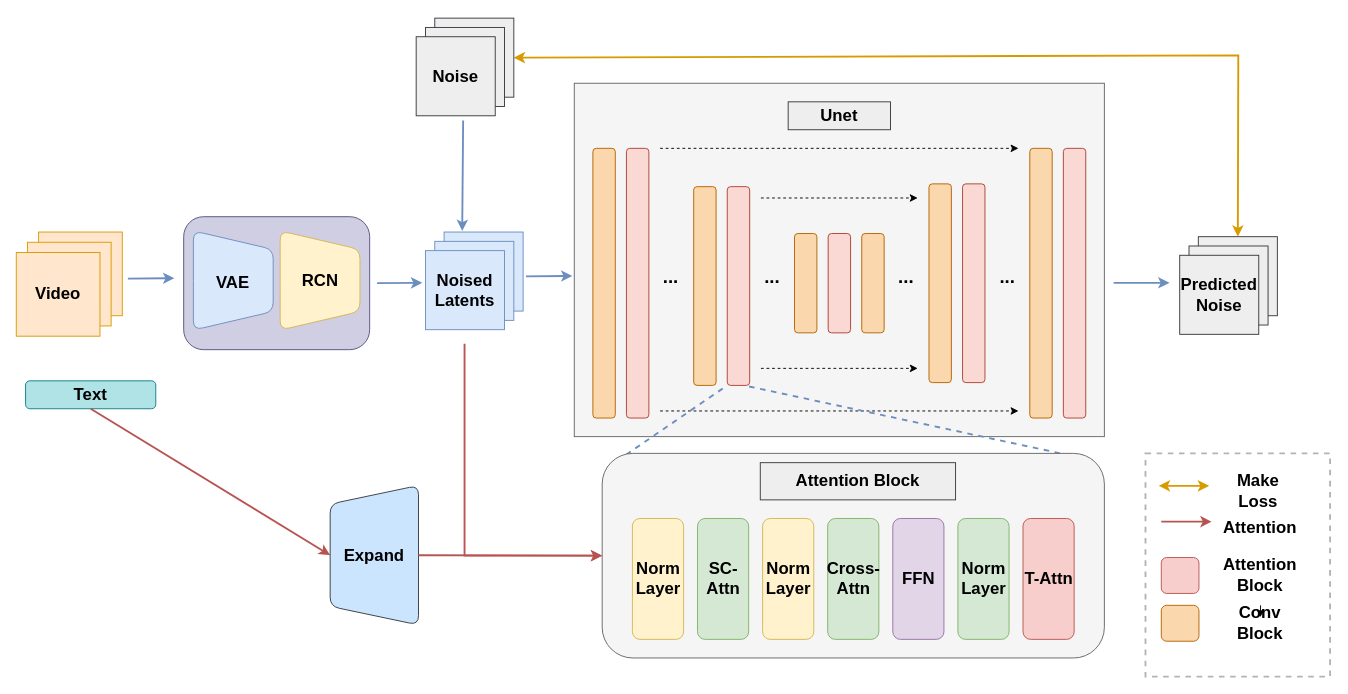
Before: VideoFromVideo.drawio in shinejjy/Flow-Chart, a draw.io diagram. Source tidied: cells renumbered, new cells numbered last; positions are measured from the earlier drawing's top-left corner, leaving out a move shared by most shapes. Both pictures are drawn from the tidied source at 93%, with x=0, y=0 at pixel (16, 18).
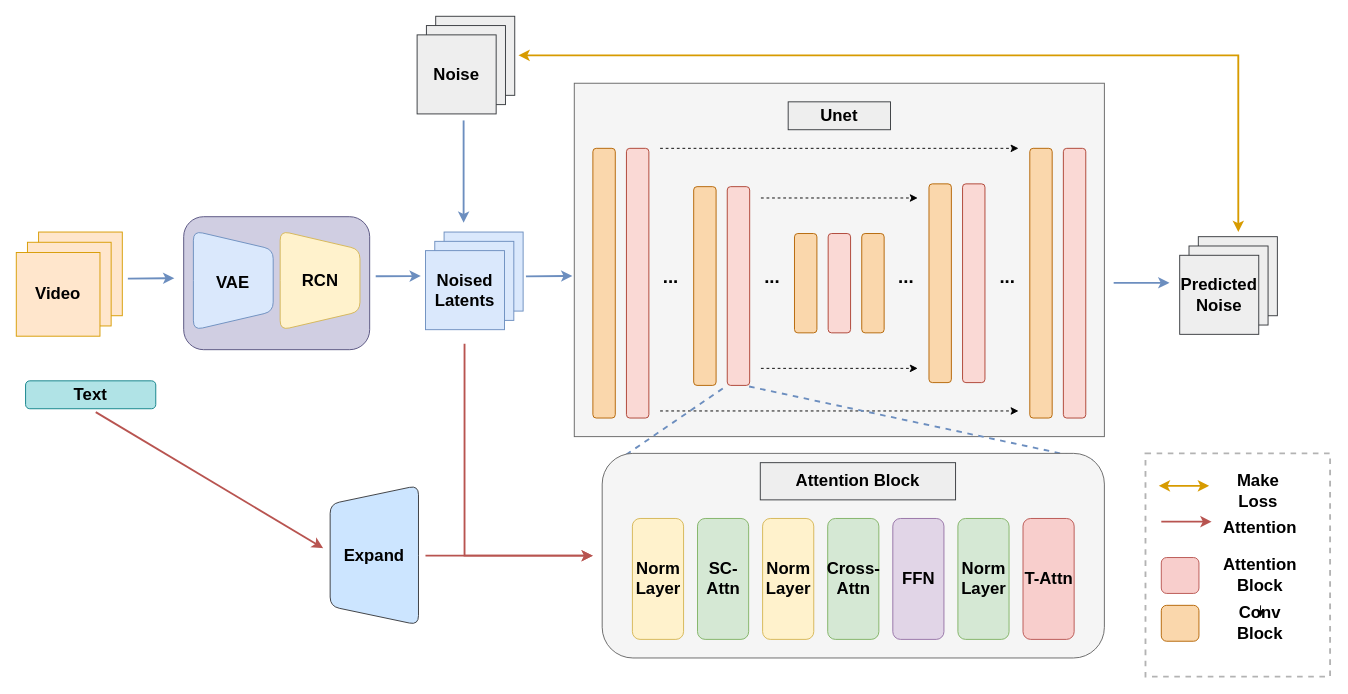
The same diagram, later.

Unchanged cells that the change refers to:
```xml
<mxCell id="4" value="&lt;span style=&quot;font-size: 18px;&quot;&gt;&lt;b&gt;Text&lt;/b&gt;&lt;/span&gt;" style="rounded=1;whiteSpace=wrap;html=1;fillColor=#b0e3e6;strokeColor=#0e8088;" parent="1" vertex="1">
  <mxGeometry x="10" y="390" width="140" height="30" as="geometry" />
</mxCell>
<mxCell id="38" style="shape=trapezoid;perimeter=trapezoidPerimeter;whiteSpace=wrap;html=1;fixedSize=1;rotation=-90;rounded=1;fillColor=#cce5ff;strokeColor=#36393d;" parent="1" vertex="1">
  <mxGeometry x="310" y="530" width="150" height="95" as="geometry" />
</mxCell>
<mxCell id="50" style="whiteSpace=wrap;html=1;fillColor=#eeeeee;strokeColor=#36393d;" parent="49" vertex="1">
  <mxGeometry x="20" width="85" height="85" as="geometry" />
</mxCell>
<mxCell id="60" style="rounded=1;whiteSpace=wrap;html=1;fillColor=#f5f5f5;fontColor=#333333;strokeColor=#666666;" parent="59" vertex="1">
  <mxGeometry width="540" height="220" as="geometry" />
</mxCell>
<mxCell id="69" style="whiteSpace=wrap;html=1;fillColor=#eeeeee;strokeColor=#36393d;" parent="1" vertex="1">
  <mxGeometry x="1271" y="235" width="85" height="85" as="geometry" />
</mxCell>
```

Change to the diagram source:
```diff
@@
     <mxCell id="3" style="endArrow=classic;html=1;rounded=0;fillColor=#dae8fc;strokeColor=#6c8ebf;strokeWidth=2;" parent="1" edge="1">
       <mxGeometry relative="1" as="geometry">
-        <mxPoint x="388" y="284.9" as="sourcePoint" />
-        <mxPoint x="436.5" y="284.6" as="targetPoint" />
+        <mxPoint x="386.5" y="277.6" as="sourcePoint" />
+        <mxPoint x="435" y="277.3" as="targetPoint" />
       </mxGeometry>
     </mxCell>
@@
-    <mxCell id="13" style="endArrow=classic;html=1;rounded=0;fillColor=#dae8fc;strokeColor=#6c8ebf;strokeWidth=2;entryX=0.347;entryY=-0.018;entryDx=0;entryDy=0;entryPerimeter=0;" parent="1" edge="1">
+    <mxCell id="13" style="endArrow=classic;html=1;rounded=0;fillColor=#dae8fc;strokeColor=#6c8ebf;strokeWidth=2;" parent="1" edge="1">
       <mxGeometry relative="1" as="geometry">
-        <mxPoint x="480.5" y="110" as="sourcePoint" />
-        <mxPoint x="479.5" y="228.8" as="targetPoint" />
+        <mxPoint x="481" y="110" as="sourcePoint" />
+        <mxPoint x="481" y="220" as="targetPoint" />
       </mxGeometry>
     </mxCell>
@@
-    <mxCell id="15" style="endArrow=classic;startArrow=classic;html=1;rounded=0;exitX=1;exitY=0.5;exitDx=0;exitDy=0;entryX=0.5;entryY=0;entryDx=0;entryDy=0;fillColor=#ffe6cc;strokeColor=#d79b00;strokeWidth=2;" parent="1" edge="1" source="50" target="69">
+    <mxCell id="15" style="endArrow=classic;startArrow=classic;html=1;rounded=0;fillColor=#ffe6cc;strokeColor=#d79b00;strokeWidth=2;" parent="1" edge="1">
       <mxGeometry relative="1" as="geometry">
+        <mxPoint x="540" y="40" as="sourcePoint" />
+        <mxPoint x="1314" y="230" as="targetPoint" />
         <Array as="points">
           <mxPoint x="1314" y="40" />
         </Array>
       </mxGeometry>
     </mxCell>
@@
-    <mxCell id="37" style="endArrow=classic;html=1;rounded=0;exitX=0.5;exitY=1;exitDx=0;exitDy=0;fillColor=#f8cecc;strokeColor=#b85450;strokeWidth=2;entryX=0.5;entryY=0;entryDx=0;entryDy=0;" parent="1" edge="1" source="4" target="38">
-      <mxGeometry relative="1" as="geometry" />
+    <mxCell id="37" style="endArrow=classic;html=1;rounded=0;fillColor=#f8cecc;strokeColor=#b85450;strokeWidth=2;exitX=0.539;exitY=1.122;exitDx=0;exitDy=0;exitPerimeter=0;" parent="1" edge="1" source="4">
+      <mxGeometry relative="1" as="geometry">
+        <mxPoint x="330" y="570" as="targetPoint" />
+      </mxGeometry>
     </mxCell>
@@
     <mxCell id="49" style="group;" parent="1" vertex="1">
-      <mxGeometry x="430" width="100" height="100" as="geometry" />
+      <mxGeometry x="431" y="-2" width="100" height="100" as="geometry" />
     </mxCell>
@@
-    <mxCell id="53" style="endArrow=classic;html=1;rounded=0;exitX=0.5;exitY=1;exitDx=0;exitDy=0;fillColor=#f8cecc;strokeColor=#b85450;strokeWidth=2;entryX=0;entryY=0.5;entryDx=0;entryDy=0;" parent="1" edge="1" source="38" target="60">
-      <mxGeometry relative="1" as="geometry" />
+    <mxCell id="53" style="endArrow=classic;html=1;rounded=0;fillColor=#f8cecc;strokeColor=#b85450;strokeWidth=2;" parent="1" edge="1">
+      <mxGeometry relative="1" as="geometry">
+        <mxPoint x="440" y="578" as="sourcePoint" />
+        <mxPoint x="620" y="578" as="targetPoint" />
+      </mxGeometry>
     </mxCell>
@@
-    <mxCell id="57" style="endArrow=classic;html=1;rounded=0;fillColor=#f8cecc;strokeColor=#b85450;strokeWidth=2;entryX=0;entryY=0.5;entryDx=0;entryDy=0;" parent="1" edge="1" target="60">
+    <mxCell id="57" style="endArrow=classic;html=1;rounded=0;fillColor=#f8cecc;strokeColor=#b85450;strokeWidth=2;" parent="1" edge="1">
       <mxGeometry relative="1" as="geometry">
         <mxPoint x="482" y="350" as="sourcePoint" />
+        <mxPoint x="620" y="578" as="targetPoint" />
         <Array as="points">
           <mxPoint x="482" y="578" />
         </Array>
       </mxGeometry>
     </mxCell>
```
